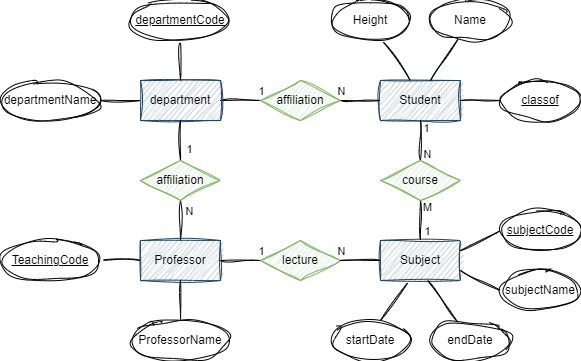
0yHan/test keeps this draw.io diagram as haksaControll.png. Above is the earlier version. Source tidied: cells renumbered, new cells last; positions are measured from the earlier drawing's top-left corner, leaving out a move shared by most shapes.
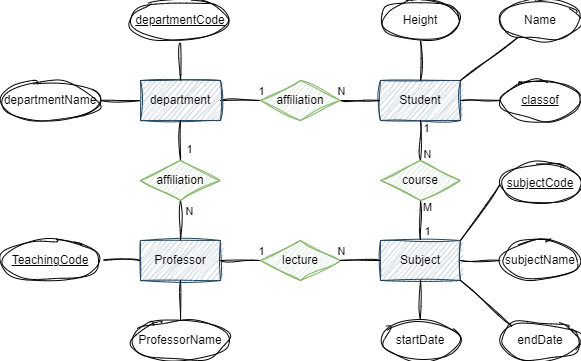
Later version of the same file.

Change to the diagram source:
```diff
@@ -84,11 +84,11 @@
     <mxCell id="27" value="&lt;u&gt;TeachingCode&lt;/u&gt;" style="ellipse;whiteSpace=wrap;html=1;align=center;sketch=1;curveFitting=1;jiggle=2;" parent="1" vertex="1">
       <mxGeometry y="240" width="100" height="40" as="geometry" />
     </mxCell>
-    <mxCell id="28" style="jettySize=auto;html=1;endArrow=none;endFill=0;exitX=0.66;exitY=1.04;exitDx=0;exitDy=0;exitPerimeter=0;entryX=0.37;entryY=0;entryDx=0;entryDy=0;entryPerimeter=0;sketch=1;curveFitting=1;jiggle=2;" parent="1" edge="1" source="29" target="2">
+    <mxCell id="28" style="jettySize=auto;html=1;endArrow=none;endFill=0;exitX=0.5;exitY=1;exitDx=0;exitDy=0;entryX=0.5;entryY=0;entryDx=0;entryDy=0;sketch=1;curveFitting=1;jiggle=2;" parent="1" edge="1" source="29" target="2">
       <mxGeometry relative="1" as="geometry" />
     </mxCell>
     <mxCell id="29" value="Height" style="ellipse;whiteSpace=wrap;html=1;align=center;sketch=1;curveFitting=1;jiggle=2;" parent="1" vertex="1">
-      <mxGeometry x="330" width="80" height="40" as="geometry" />
+      <mxGeometry x="380" width="80" height="40" as="geometry" />
     </mxCell>
     <mxCell id="30" style="edgeStyle=orthogonalEdgeStyle;rounded=0;jettySize=auto;html=1;endArrow=none;endFill=0;sketch=1;curveFitting=1;jiggle=2;" parent="1" edge="1" source="31" target="2">
       <mxGeometry relative="1" as="geometry" />
@@ -96,37 +96,35 @@
     <mxCell id="31" value="&lt;u&gt;classof&lt;/u&gt;" style="ellipse;whiteSpace=wrap;html=1;align=center;sketch=1;curveFitting=1;jiggle=2;" parent="1" vertex="1">
       <mxGeometry x="500" y="80" width="80" height="40" as="geometry" />
     </mxCell>
-    <mxCell id="32" style="jettySize=auto;html=1;exitX=0.625;exitY=0;exitDx=0;exitDy=0;entryX=0.34;entryY=1.06;entryDx=0;entryDy=0;endArrow=none;endFill=0;exitPerimeter=0;entryPerimeter=0;sketch=1;curveFitting=1;jiggle=2;" parent="1" edge="1" source="33" target="12">
+    <mxCell id="32" style="jettySize=auto;html=1;exitX=0.5;exitY=0;exitDx=0;exitDy=0;entryX=0.5;entryY=1;entryDx=0;entryDy=0;endArrow=none;endFill=0;sketch=1;curveFitting=1;jiggle=2;" parent="1" edge="1" source="33" target="12">
       <mxGeometry relative="1" as="geometry" />
     </mxCell>
     <mxCell id="33" value="startDate" style="ellipse;whiteSpace=wrap;html=1;align=center;sketch=1;curveFitting=1;jiggle=2;" parent="1" vertex="1">
-      <mxGeometry x="330" y="320" width="80" height="40" as="geometry" />
+      <mxGeometry x="380" y="320" width="80" height="40" as="geometry" />
     </mxCell>
-    <mxCell id="34" style="jettySize=auto;html=1;entryX=0.59;entryY=1;entryDx=0;entryDy=0;endArrow=none;endFill=0;entryPerimeter=0;sketch=1;curveFitting=1;jiggle=2;" parent="1" edge="1" source="35" target="12">
+    <mxCell id="34" style="jettySize=auto;html=1;entryX=1;entryY=1;entryDx=0;entryDy=0;endArrow=none;endFill=0;sketch=1;curveFitting=1;jiggle=2;exitX=0;exitY=0;exitDx=0;exitDy=0;" parent="1" edge="1" source="35" target="12">
       <mxGeometry relative="1" as="geometry" />
     </mxCell>
     <mxCell id="35" value="endDate" style="ellipse;whiteSpace=wrap;html=1;align=center;sketch=1;curveFitting=1;jiggle=2;" parent="1" vertex="1">
-      <mxGeometry x="430" y="320" width="80" height="40" as="geometry" />
+      <mxGeometry x="500" y="320" width="80" height="40" as="geometry" />
     </mxCell>
-    <mxCell id="36" style="jettySize=auto;html=1;exitX=0;exitY=0.5;exitDx=0;exitDy=0;entryX=1;entryY=0.25;entryDx=0;entryDy=0;endArrow=none;endFill=0;sketch=1;curveFitting=1;jiggle=2;" parent="1" edge="1" source="37" target="12">
+    <mxCell id="36" style="jettySize=auto;html=1;exitX=0;exitY=0.5;exitDx=0;exitDy=0;entryX=1;entryY=0;entryDx=0;entryDy=0;endArrow=none;endFill=0;sketch=1;curveFitting=1;jiggle=2;" parent="1" edge="1" source="37" target="12">
       <mxGeometry relative="1" as="geometry" />
     </mxCell>
     <mxCell id="37" value="&lt;u&gt;subjectCode&lt;/u&gt;" style="ellipse;whiteSpace=wrap;html=1;align=center;sketch=1;curveFitting=1;jiggle=2;" parent="1" vertex="1">
-      <mxGeometry x="500" y="210" width="80" height="40" as="geometry" />
+      <mxGeometry x="500" y="163" width="80" height="40" as="geometry" />
     </mxCell>
-    <mxCell id="38" style="jettySize=auto;html=1;exitX=0;exitY=0.5;exitDx=0;exitDy=0;entryX=1;entryY=0.75;entryDx=0;entryDy=0;endArrow=none;endFill=0;sketch=1;curveFitting=1;jiggle=2;" parent="1" edge="1" source="39" target="12">
+    <mxCell id="38" style="jettySize=auto;html=1;exitX=0;exitY=0.5;exitDx=0;exitDy=0;entryX=1;entryY=0.5;entryDx=0;entryDy=0;endArrow=none;endFill=0;sketch=1;curveFitting=1;jiggle=2;" parent="1" edge="1" source="39" target="12">
       <mxGeometry relative="1" as="geometry" />
     </mxCell>
     <mxCell id="39" value="subjectName" style="ellipse;whiteSpace=wrap;html=1;align=center;sketch=1;curveFitting=1;jiggle=2;" parent="1" vertex="1">
-      <mxGeometry x="500" y="270" width="80" height="40" as="geometry" />
+      <mxGeometry x="500" y="240" width="80" height="40" as="geometry" />
     </mxCell>
-    <mxCell id="40" style="jettySize=auto;html=1;endArrow=none;endFill=0;sketch=1;curveFitting=1;jiggle=2;" parent="1" edge="1" source="41">
-      <mxGeometry relative="1" as="geometry">
-        <mxPoint x="430" y="80" as="targetPoint" />
-      </mxGeometry>
+    <mxCell id="40" style="jettySize=auto;html=1;endArrow=none;endFill=0;sketch=1;curveFitting=1;jiggle=2;entryX=1;entryY=0;entryDx=0;entryDy=0;" parent="1" edge="1" source="41" target="2">
+      <mxGeometry relative="1" as="geometry" />
     </mxCell>
     <mxCell id="41" value="Name" style="ellipse;whiteSpace=wrap;html=1;align=center;sketch=1;curveFitting=1;jiggle=2;" parent="1" vertex="1">
-      <mxGeometry x="430" width="80" height="40" as="geometry" />
+      <mxGeometry x="500" width="80" height="40" as="geometry" />
     </mxCell>
     <mxCell id="42" value="N" style="edgeLabel;html=1;align=center;verticalAlign=middle;sketch=1;curveFitting=1;jiggle=2;" parent="1" vertex="1">
       <mxGeometry x="255" y="186" as="geometry">
```
